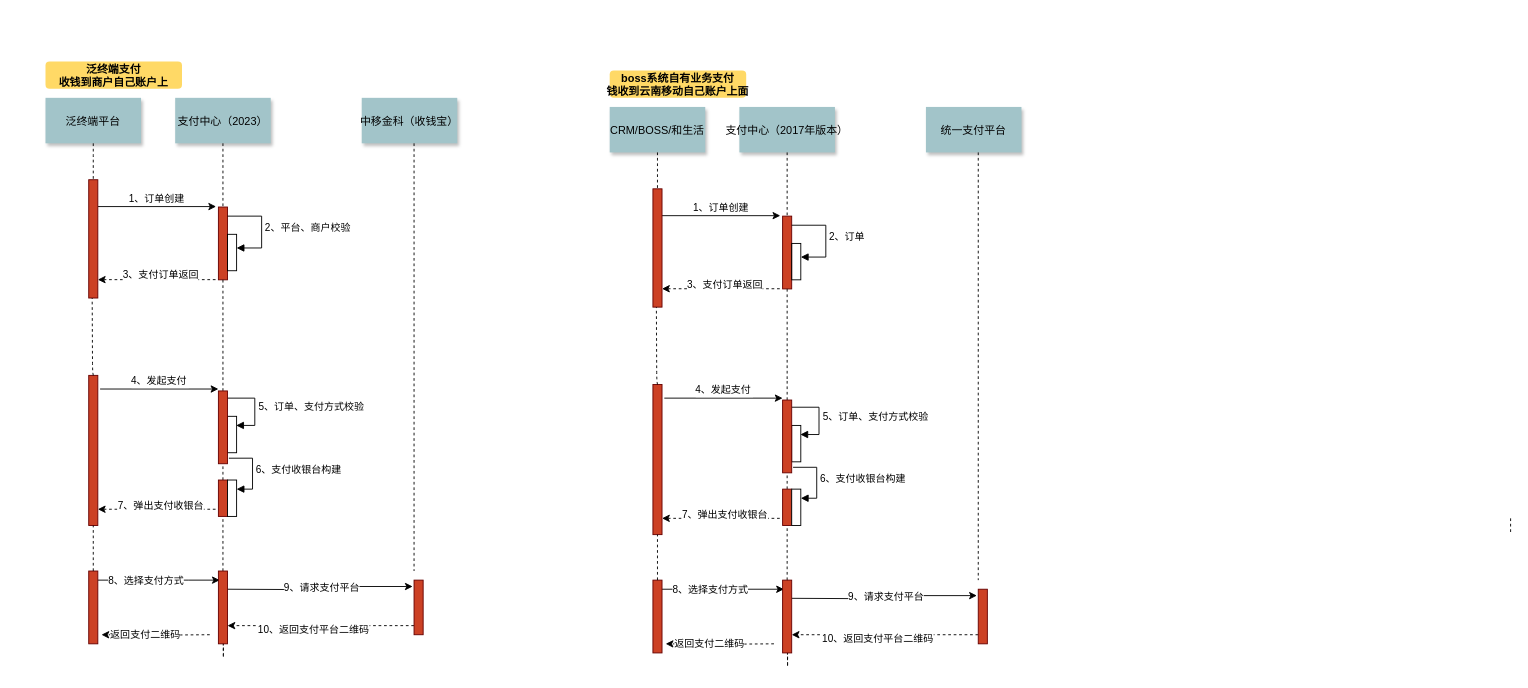
Earlier version of the draw.io diagram 未命名绘图.drawio (315944211/doc). Source tidied: cells renumbered, new cells numbered last; positions are measured from the earlier drawing's top-left corner, leaving out a move shared by most shapes. Both pictures are drawn from the tidied source at 91%, with x=0, y=0 at pixel (45, 61).
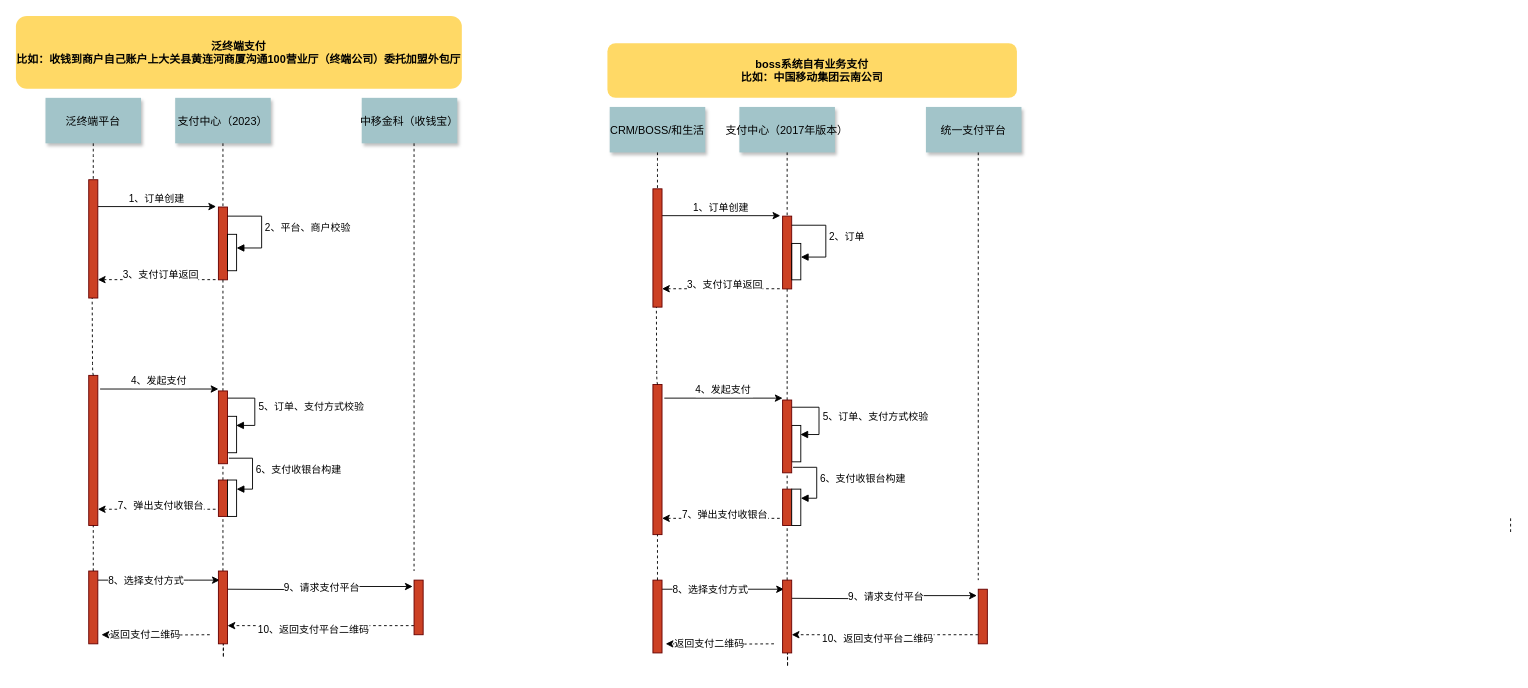
Above is the later version.

What changed in the source:
```diff
@@
-    <mxCell id="10" value="泛终端支付&#10;收钱到商户自己账户上" style="rounded=1;fontStyle=1;fillColor=#FFD966;strokeColor=none;" parent="1" vertex="1">
-      <mxGeometry x="0.5" width="150" height="30" as="geometry" />
+    <mxCell id="10" value="泛终端支付&#10;比如：收钱到商户自己账户上大关县黄连河商厦沟通100营业厅（终端公司）委托加盟外包厅" style="rounded=1;fontStyle=1;fillColor=#FFD966;strokeColor=none;" parent="1" vertex="1">
+      <mxGeometry x="-32" y="-50" width="490" height="80" as="geometry" />
     </mxCell>
@@
-    <mxCell id="53" value="boss系统自有业务支付&#10;钱收到云南移动自己账户上面" style="rounded=1;fontStyle=1;fillColor=#FFD966;strokeColor=none;" parent="1" vertex="1">
-      <mxGeometry x="620.5" y="10" width="150" height="30" as="geometry" />
+    <mxCell id="53" value="boss系统自有业务支付&#10;比如：中国移动集团云南公司" style="rounded=1;fontStyle=1;fillColor=#FFD966;strokeColor=none;" parent="1" vertex="1">
+      <mxGeometry x="618" y="-20" width="450" height="60" as="geometry" />
     </mxCell>
```
